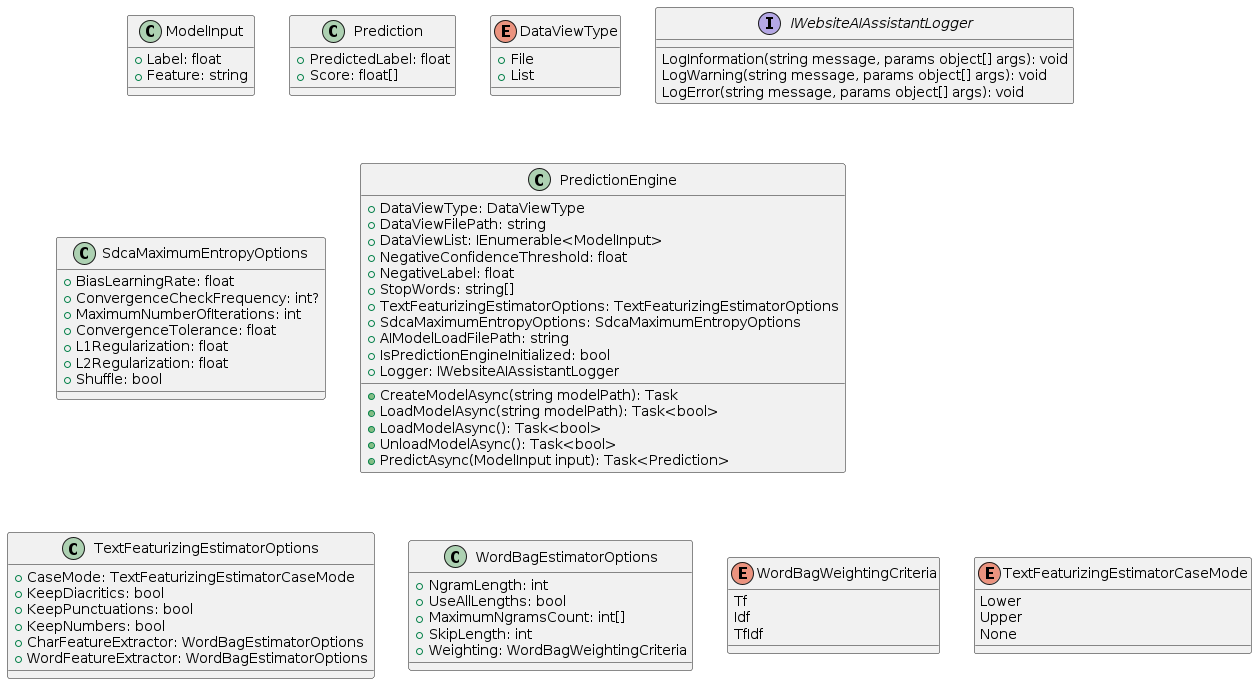
Above: Docs/ClassDiagram.png in VeritasSoftware/WebsiteAIAssistant (PlantUML), before the change. Its diagram source:
```plantuml
@startuml
class ModelInput
{
  + Label: float
  + Feature: string
}
class Prediction
{
  + PredictedLabel: float
  + Score: float[]
}
enum DataViewType
{
  + File
  + List
}
interface IWebsiteAIAssistantLogger
{
  LogInformation(string message, params object[] args): void
  LogWarning(string message, params object[] args): void
  LogError(string message, params object[] args): void
}

class TextFeaturizingEstimatorOptions
{
  + CaseMode: TextFeaturizingEstimatorCaseMode
  + KeepDiacritics: bool
  + KeepPunctuations: bool
  + KeepNumbers: bool
  + CharFeatureExtractor: WordBagEstimatorOptions
  + WordFeatureExtractor: WordBagEstimatorOptions
}

class WordBagEstimatorOptions
{
  + NgramLength: int
  + UseAllLengths: bool
  + MaximumNgramsCount: int[]
  + SkipLength: int
  + Weighting: WordBagWeightingCriteria
}

enum WordBagWeightingCriteria
{
  Tf
  Idf
  TfIdf
}

enum TextFeaturizingEstimatorCaseMode
{
  Lower
  Upper
  None
}

class SdcaMaximumEntropyOptions
{
  + BiasLearningRate: float
  + ConvergenceCheckFrequency: int?
  + MaximumNumberOfIterations: int
  + ConvergenceTolerance: float
  + L1Regularization: float
  + L2Regularization: float
  + Shuffle: bool
}

class PredictionEngine
{
  + DataViewType: DataViewType
  + DataViewFilePath: string
  + DataViewList: IEnumerable<ModelInput>
  + NegativeConfidenceThreshold: float
  + NegativeLabel: float
  + StopWords: string[]
  + TextFeaturizingEstimatorOptions: TextFeaturizingEstimatorOptions
  + SdcaMaximumEntropyOptions: SdcaMaximumEntropyOptions
  + AIModelLoadFilePath: string
  + IsPredictionEngineInitialized: bool
  + Logger: IWebsiteAIAssistantLogger
  + CreateModelAsync(string modelPath): Task
  + LoadModelAsync(string modelPath): Task<bool>
  + LoadModelAsync(): Task<bool>
  + UnloadModelAsync(): Task<bool>
  + PredictAsync(ModelInput input): Task<Prediction>
}

ModelInput -right[hidden]-> Prediction
Prediction -right[hidden]-> DataViewType
DataViewType -right[hidden]-> IWebsiteAIAssistantLogger
ModelInput -down[hidden]-> SdcaMaximumEntropyOptions
SdcaMaximumEntropyOptions -right[hidden]-> PredictionEngine
SdcaMaximumEntropyOptions -down[hidden]-> TextFeaturizingEstimatorOptions
TextFeaturizingEstimatorOptions -right[hidden]-> WordBagEstimatorOptions
WordBagEstimatorOptions -right[hidden]-> WordBagWeightingCriteria
WordBagWeightingCriteria -right[hidden]-> TextFeaturizingEstimatorCaseMode
@enduml
```
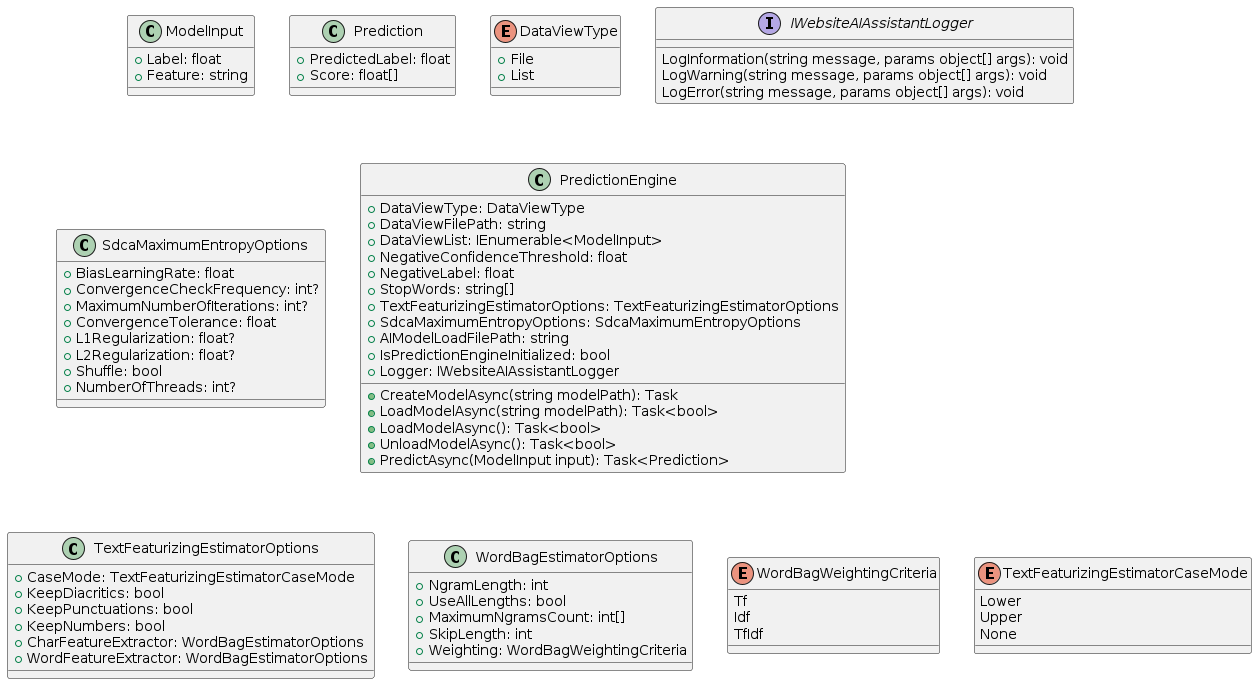
After the change.

The edit, as a diff of the source:
```diff
@@ -58,11 +58,12 @@
 {
   + BiasLearningRate: float
   + ConvergenceCheckFrequency: int?
-  + MaximumNumberOfIterations: int
+  + MaximumNumberOfIterations: int?
   + ConvergenceTolerance: float
-  + L1Regularization: float
-  + L2Regularization: float
+  + L1Regularization: float?
+  + L2Regularization: float?
   + Shuffle: bool
+  + NumberOfThreads: int?
 }
 
 class PredictionEngine
```
